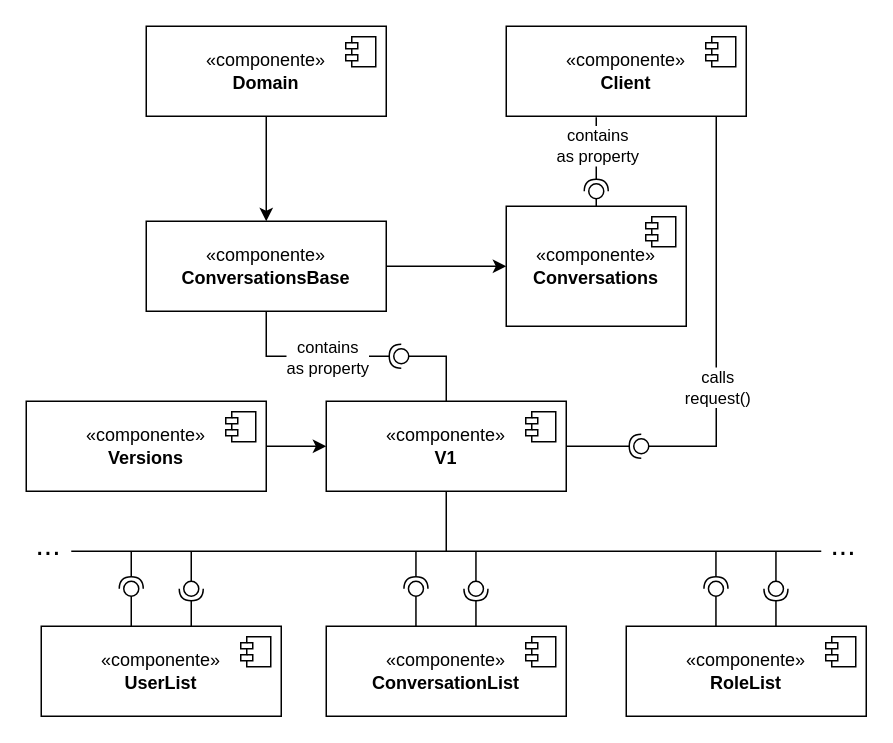
This is VistaFuncionalDominio.drawio from PepeCoral/twilio-latex, a draw.io file, before an edit. Source tidied: cells renumbered, new cells numbered last; positions are measured from the earlier drawing's top-left corner, leaving out a move shared by most shapes. Both pictures are drawn from the tidied source at 150%, with x=0, y=0 at pixel (26, 26).
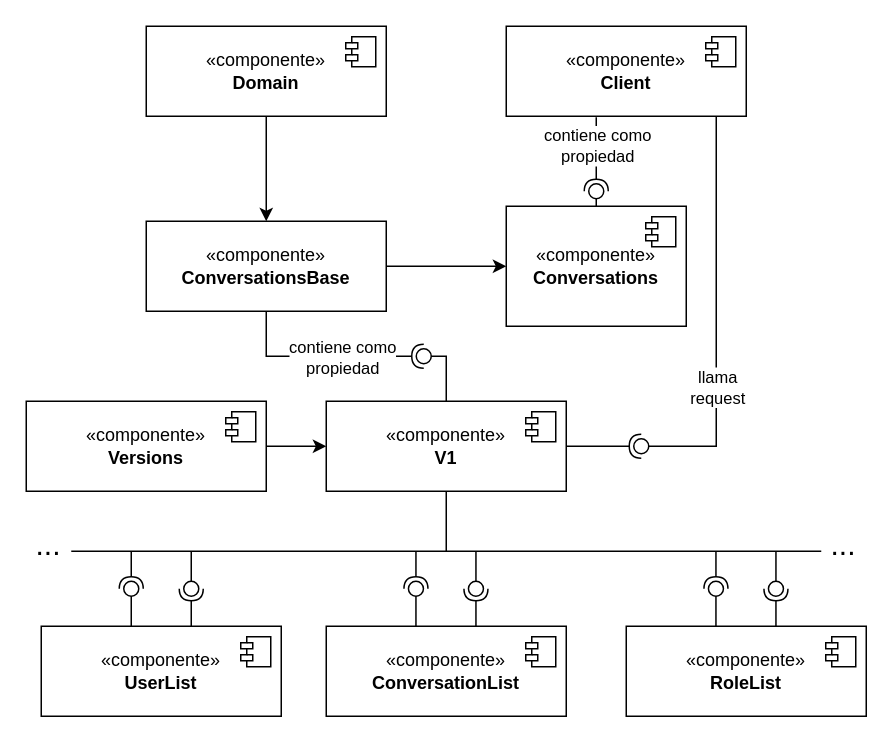
The same page after the edit.

The change refers to these unchanged cells:
```xml
<mxCell id="6" value="«componente»&lt;br&gt;&lt;b&gt;ConversationsBase&lt;/b&gt;" style="html=1;whiteSpace=wrap;" parent="1" vertex="1">
  <mxGeometry x="80" y="130" width="160" height="60" as="geometry" />
</mxCell>
<mxCell id="10" value="«componente»&lt;br&gt;&lt;b&gt;V1&lt;/b&gt;" style="html=1;whiteSpace=wrap;" parent="1" vertex="1">
  <mxGeometry x="200" y="250" width="160" height="60" as="geometry" />
</mxCell>
<mxCell id="17" style="rounded=0;jettySize=auto;html=1;endArrow=halfCircle;endFill=0;endSize=6;strokeWidth=1;sketch=0;exitX=0.375;exitY=1.01;exitDx=0;exitDy=0;exitPerimeter=0;" parent="1" edge="1" source="15">
  <mxGeometry relative="1" as="geometry">
    <mxPoint x="380" y="110" as="targetPoint" />
  </mxGeometry>
</mxCell>
<mxCell id="32" style="rounded=0;orthogonalLoop=1;jettySize=auto;html=1;endArrow=oval;endFill=0;sketch=0;sourcePerimeterSpacing=0;targetPerimeterSpacing=0;endSize=10;" parent="1" edge="1">
  <mxGeometry relative="1" as="geometry">
    <mxPoint x="460" y="60" as="sourcePoint" />
    <mxPoint x="410" y="280" as="targetPoint" />
    <Array as="points">
      <mxPoint x="460" y="280" />
    </Array>
  </mxGeometry>
</mxCell>
```

Diff of the diagram source:
```diff
@@
-    <mxCell id="18" value="contains&lt;br&gt;as property" style="edgeLabel;html=1;align=center;verticalAlign=middle;" parent="17" vertex="1">
+    <mxCell id="18" value="contiene como&lt;br&gt;propiedad" style="edgeLabel;html=1;align=center;verticalAlign=middle;" parent="17" vertex="1">
       <mxGeometry x="-0.5" y="-2" relative="1" as="geometry">
         <mxPoint x="2" y="7" as="offset" />
       </mxGeometry>
     </mxCell>
@@
     <mxCell id="20" style="rounded=0;jettySize=auto;html=1;endArrow=halfCircle;endFill=0;endSize=6;strokeWidth=1;sketch=0;exitX=0.5;exitY=1;exitDx=0;exitDy=0;" parent="1" edge="1" source="6">
       <mxGeometry relative="1" as="geometry">
-        <mxPoint x="250" y="220" as="targetPoint" />
+        <mxPoint x="265" y="220" as="targetPoint" />
         <Array as="points">
           <mxPoint x="160" y="220" />
         </Array>
       </mxGeometry>
     </mxCell>
     <mxCell id="21" style="rounded=0;jettySize=auto;html=1;endArrow=oval;endFill=0;sketch=0;sourcePerimeterSpacing=0;targetPerimeterSpacing=0;endSize=10;exitX=0.5;exitY=0;exitDx=0;exitDy=0;" parent="1" edge="1" source="10">
       <mxGeometry relative="1" as="geometry">
-        <mxPoint x="250" y="220" as="targetPoint" />
+        <mxPoint x="265" y="220" as="targetPoint" />
         <Array as="points">
           <mxPoint x="280" y="220" />
         </Array>
       </mxGeometry>
     </mxCell>
@@
-    <mxCell id="33" value="calls&lt;br&gt;request()" style="edgeLabel;html=1;align=center;verticalAlign=middle;" parent="32" vertex="1">
+    <mxCell id="33" value="llama&lt;br&gt;request" style="edgeLabel;html=1;align=center;verticalAlign=middle;" parent="32" vertex="1">
       <mxGeometry x="0.38" y="-2" relative="1" as="geometry">
         <mxPoint x="2" y="-6" as="offset" />
       </mxGeometry>
     </mxCell>
@@
-    <mxCell id="35" value="contains&lt;br&gt;as property" style="edgeLabel;html=1;align=center;verticalAlign=middle;" parent="1" vertex="1">
-      <mxGeometry x="200" y="220" as="geometry" />
+    <mxCell id="35" value="contiene como&lt;br&gt;propiedad" style="edgeLabel;html=1;align=center;verticalAlign=middle;" parent="1" vertex="1">
+      <mxGeometry x="210" y="220" as="geometry" />
     </mxCell>
```
